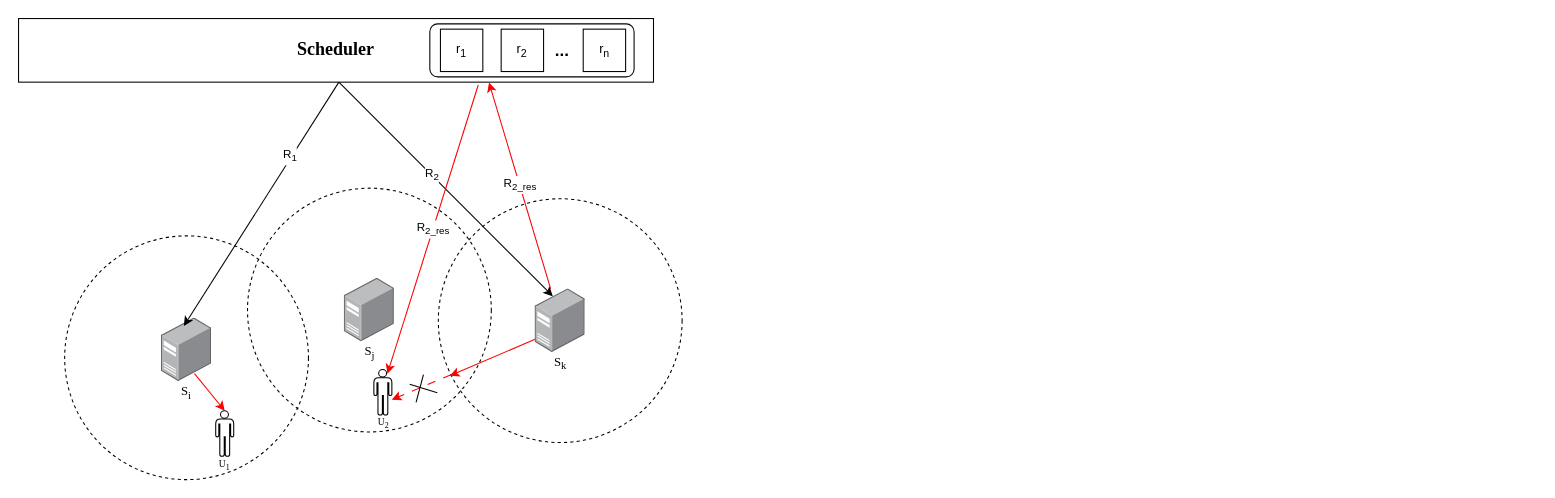
This is transfer_cost.drawio from DCLe-DA/Learning-DL-by-Hand, a draw.io file, before an edit. Source tidied: cells renumbered, new cells numbered last; positions are measured from the earlier drawing's top-left corner, leaving out a move shared by most shapes. Both pictures are drawn from the tidied source at 106%, with x=0, y=0 at pixel (18, 18).
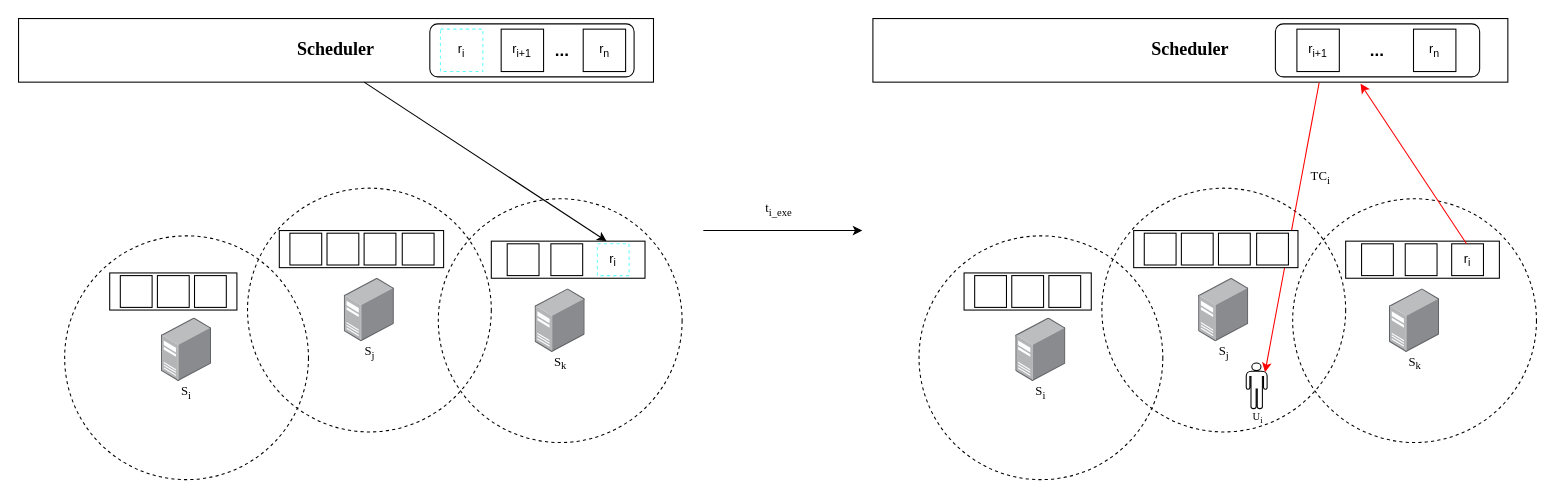
The same diagram, later.

The change refers to these unchanged cells:
```xml
<mxCell id="5" value="&lt;font size=&quot;1&quot; face=&quot;Times New Roman&quot; style=&quot;&quot;&gt;&lt;b style=&quot;font-size: 17px;&quot;&gt;Scheduler&lt;/b&gt;&lt;/font&gt;" style="rounded=0;whiteSpace=wrap;html=1;" parent="1" vertex="1">
  <mxGeometry width="599" height="60" as="geometry" />
</mxCell>
<mxCell id="7" style="image;points=[];html=1;align=center;shadow=0;dashed=0;image=img/lib/allied_telesis/computer_and_terminals/Server_Desktop.svg;" parent="1" vertex="1">
  <mxGeometry x="487.3" y="255" width="47.3" height="60" as="geometry" />
</mxCell>
<mxCell id="8" style="image;points=[];html=1;align=center;shadow=0;dashed=0;image=img/lib/allied_telesis/computer_and_terminals/Server_Desktop.svg;" parent="1" vertex="1">
  <mxGeometry x="134.8" y="282.5" width="47.3" height="60" as="geometry" />
</mxCell>
<mxCell id="9" style="group;" parent="1" vertex="1">
  <mxGeometry x="388" y="5" width="192.7" height="50" as="geometry" />
</mxCell>
```

Change to the diagram source:
```diff
@@
-    <mxCell id="11" value="r&lt;sub&gt;1&lt;/sub&gt;" style="whiteSpace=wrap;html=1;" parent="9" vertex="1">
+    <mxCell id="11" value="r&lt;sub&gt;i&lt;/sub&gt;" style="whiteSpace=wrap;html=1;fillColor=none;strokeColor=#66FFFF;dashed=1;" parent="9" vertex="1">
       <mxGeometry x="10" y="5" width="40" height="40" as="geometry" />
     </mxCell>
-    <mxCell id="12" value="r&lt;sub&gt;2&lt;/sub&gt;" style="whiteSpace=wrap;html=1;" parent="9" vertex="1">
+    <mxCell id="12" value="r&lt;sub&gt;i+1&lt;/sub&gt;" style="whiteSpace=wrap;html=1;" parent="9" vertex="1">
       <mxGeometry x="67.3" y="5" width="40" height="40" as="geometry" />
     </mxCell>
@@
-    <mxCell id="18" style="endArrow=classic;html=1;rounded=0;entryX=0.447;entryY=0.125;entryDx=0;entryDy=0;entryPerimeter=0;" parent="1" edge="1" target="8">
-      <mxGeometry relative="1" as="geometry">
-        <mxPoint x="302.2" y="60" as="sourcePoint" />
-      </mxGeometry>
-    </mxCell>
-    <mxCell id="19" value="R&lt;sub&gt;1&lt;/sub&gt;" style="edgeLabel;html=1;align=center;verticalAlign=middle;" parent="18" vertex="1">
-      <mxGeometry x="-0.38" y="-2" relative="1" as="geometry" />
-    </mxCell>
-    <mxCell id="20" style="shape=mxgraph.signs.people.man_1;html=1;fillColor=none;strokeColor=default;verticalLabelPosition=bottom;verticalAlign=top;align=center;sketch=0;" parent="1" vertex="1">
-      <mxGeometry x="186" y="370" width="17" height="43" as="geometry" />
-    </mxCell>
-    <mxCell id="21" style="endArrow=classic;html=1;rounded=0;entryX=0.5;entryY=0;entryDx=0;entryDy=0;entryPerimeter=0;strokeColor=#fa0000;" parent="1" edge="1" target="20">
-      <mxGeometry relative="1" as="geometry">
-        <mxPoint x="166" y="335" as="sourcePoint" />
-      </mxGeometry>
-    </mxCell>
-    <mxCell id="22" value="&lt;font style=&quot;font-size: 9px;&quot; face=&quot;Times New Roman&quot;&gt;U&lt;sub&gt;1&lt;/sub&gt;&lt;/font&gt;" style="text;strokeColor=none;align=center;fillColor=none;html=1;verticalAlign=middle;whiteSpace=wrap;rounded=0;" parent="1" vertex="1">
-      <mxGeometry x="173.2" y="410" width="42.5" height="20" as="geometry" />
-    </mxCell>
-    <mxCell id="23" style="shape=mxgraph.signs.people.man_1;html=1;fillColor=none;strokeColor=default;verticalLabelPosition=bottom;verticalAlign=top;align=center;sketch=0;" parent="1" vertex="1">
-      <mxGeometry x="335.2" y="331" width="17" height="43" as="geometry" />
-    </mxCell>
-    <mxCell id="24" value="&lt;font style=&quot;font-size: 9px;&quot; face=&quot;Times New Roman&quot;&gt;U&lt;sub&gt;2&lt;/sub&gt;&lt;/font&gt;" style="text;strokeColor=none;align=center;fillColor=none;html=1;verticalAlign=middle;whiteSpace=wrap;rounded=0;" parent="1" vertex="1">
-      <mxGeometry x="322.5" y="370" width="42.5" height="20" as="geometry" />
-    </mxCell>
-    <mxCell id="25" style="endArrow=classic;html=1;rounded=0;" parent="1" edge="1">
-      <mxGeometry relative="1" as="geometry">
-        <mxPoint x="302.2" y="60" as="sourcePoint" />
-        <mxPoint x="504" y="262" as="targetPoint" />
-      </mxGeometry>
-    </mxCell>
-    <mxCell id="26" value="R&lt;sub&gt;2&lt;/sub&gt;" style="edgeLabel;html=1;align=center;verticalAlign=middle;" parent="25" vertex="1">
-      <mxGeometry x="-0.13" relative="1" as="geometry" />
-    </mxCell>
-    <mxCell id="27" style="endArrow=classic;html=1;rounded=0;strokeColor=#fa0000;" parent="1" edge="1">
-      <mxGeometry relative="1" as="geometry">
-        <mxPoint x="487.3" y="302.5" as="sourcePoint" />
-        <mxPoint x="407" y="337" as="targetPoint" />
-      </mxGeometry>
-    </mxCell>
-    <mxCell id="28" style="endArrow=classic;html=1;rounded=0;strokeColor=#fa0000;dashed=1;dashPattern=8 8;" parent="1" edge="1">
-      <mxGeometry relative="1" as="geometry">
-        <mxPoint x="408" y="336" as="sourcePoint" />
-        <mxPoint x="352.2" y="359.5" as="targetPoint" />
-      </mxGeometry>
-    </mxCell>
-    <mxCell id="29" style="endArrow=none;html=1;rounded=0;" parent="1" edge="1">
-      <mxGeometry relative="1" as="geometry">
-        <mxPoint x="375" y="362" as="sourcePoint" />
-        <mxPoint x="382" y="336" as="targetPoint" />
-      </mxGeometry>
-    </mxCell>
-    <mxCell id="30" style="endArrow=none;html=1;rounded=0;" parent="1" edge="1">
-      <mxGeometry relative="1" as="geometry">
-        <mxPoint x="369" y="345" as="sourcePoint" />
-        <mxPoint x="395" y="353" as="targetPoint" />
-      </mxGeometry>
-    </mxCell>
-    <mxCell id="31" value="R&lt;sub&gt;2_res&lt;/sub&gt;" style="endArrow=classic;html=1;rounded=0;strokeColor=#fa0000;entryX=0.741;entryY=1.007;entryDx=0;entryDy=0;entryPerimeter=0;" parent="1" edge="1" source="7" target="5">
-      <mxGeometry relative="1" as="geometry" />
-    </mxCell>
-    <mxCell id="32" value="R&lt;sub&gt;2_res&lt;/sub&gt;" style="endArrow=classic;html=1;rounded=0;strokeColor=#fa0000;exitX=0.724;exitY=1.045;exitDx=0;exitDy=0;exitPerimeter=0;" parent="1" edge="1" source="5">
-      <mxGeometry relative="1" as="geometry">
-        <mxPoint x="348" y="335" as="targetPoint" />
-      </mxGeometry>
-    </mxCell>
+    <mxCell id="33" style="rounded=0;whiteSpace=wrap;html=1;" parent="1" vertex="1">
+      <mxGeometry x="86" y="240" width="120" height="35" as="geometry" />
+    </mxCell>
+    <mxCell id="34" style="whiteSpace=wrap;html=1;" parent="1" vertex="1">
+      <mxGeometry x="96" y="242.5" width="30" height="30" as="geometry" />
+    </mxCell>
+    <mxCell id="35" style="whiteSpace=wrap;html=1;" parent="1" vertex="1">
+      <mxGeometry x="131" y="242.5" width="30" height="30" as="geometry" />
+    </mxCell>
+    <mxCell id="36" style="whiteSpace=wrap;html=1;" parent="1" vertex="1">
+      <mxGeometry x="166" y="242.5" width="30" height="30" as="geometry" />
+    </mxCell>
+    <mxCell id="37" style="rounded=0;whiteSpace=wrap;html=1;" parent="1" vertex="1">
+      <mxGeometry x="246" y="200" width="155" height="35" as="geometry" />
+    </mxCell>
+    <mxCell id="38" style="whiteSpace=wrap;html=1;" parent="1" vertex="1">
+      <mxGeometry x="256" y="202.5" width="30" height="30" as="geometry" />
+    </mxCell>
+    <mxCell id="39" style="whiteSpace=wrap;html=1;" parent="1" vertex="1">
+      <mxGeometry x="291" y="202.5" width="30" height="30" as="geometry" />
+    </mxCell>
+    <mxCell id="40" style="whiteSpace=wrap;html=1;" parent="1" vertex="1">
+      <mxGeometry x="326" y="202.5" width="30" height="30" as="geometry" />
+    </mxCell>
+    <mxCell id="41" style="whiteSpace=wrap;html=1;" parent="1" vertex="1">
+      <mxGeometry x="362" y="202.5" width="30" height="30" as="geometry" />
+    </mxCell>
+    <mxCell id="42" style="rounded=0;whiteSpace=wrap;html=1;" parent="1" vertex="1">
+      <mxGeometry x="446" y="210" width="145" height="35" as="geometry" />
+    </mxCell>
+    <mxCell id="43" style="whiteSpace=wrap;html=1;" parent="1" vertex="1">
+      <mxGeometry x="461" y="212.5" width="30" height="30" as="geometry" />
+    </mxCell>
+    <mxCell id="44" style="whiteSpace=wrap;html=1;" parent="1" vertex="1">
+      <mxGeometry x="502.2" y="212.5" width="30" height="30" as="geometry" />
+    </mxCell>
+    <mxCell id="45" style="endArrow=classic;html=1;rounded=0;entryX=0.75;entryY=0;entryDx=0;entryDy=0;" parent="1" edge="1" target="42">
+      <mxGeometry relative="1" as="geometry">
+        <mxPoint x="326" y="60" as="sourcePoint" />
+      </mxGeometry>
+    </mxCell>
+    <mxCell id="46" value="r&lt;sub&gt;i&lt;/sub&gt;" style="whiteSpace=wrap;html=1;fillColor=none;strokeColor=#66FFFF;dashed=1;" parent="1" vertex="1">
+      <mxGeometry x="546" y="212.5" width="30" height="30" as="geometry" />
+    </mxCell>
+    <mxCell id="47" style="ellipse;whiteSpace=wrap;html=1;dashed=1;fillColor=none;" parent="1" vertex="1">
+      <mxGeometry x="1202" y="170" width="230" height="230" as="geometry" />
+    </mxCell>
+    <mxCell id="48" style="ellipse;whiteSpace=wrap;html=1;dashed=1;fillColor=none;" parent="1" vertex="1">
+      <mxGeometry x="1022" y="160" width="230" height="230" as="geometry" />
+    </mxCell>
+    <mxCell id="49" style="ellipse;whiteSpace=wrap;html=1;dashed=1;fillColor=none;" parent="1" vertex="1">
+      <mxGeometry x="849.5" y="205" width="230" height="230" as="geometry" />
+    </mxCell>
+    <mxCell id="50" value="&lt;font size=&quot;1&quot; face=&quot;Times New Roman&quot; style=&quot;&quot;&gt;&lt;b style=&quot;font-size: 17px;&quot;&gt;Scheduler&lt;/b&gt;&lt;/font&gt;" style="rounded=0;whiteSpace=wrap;html=1;" parent="1" vertex="1">
+      <mxGeometry x="806" width="599" height="60" as="geometry" />
+    </mxCell>
+    <mxCell id="51" style="image;html=1;align=center;shadow=0;dashed=0;image=img/lib/allied_telesis/computer_and_terminals/Server_Desktop.svg;" parent="1" vertex="1">
+      <mxGeometry x="1113.3" y="245" width="47.3" height="60" as="geometry" />
+    </mxCell>
+    <mxCell id="52" style="image;html=1;align=center;shadow=0;dashed=0;image=img/lib/allied_telesis/computer_and_terminals/Server_Desktop.svg;" parent="1" vertex="1">
+      <mxGeometry x="1293.3" y="255" width="47.3" height="60" as="geometry" />
+    </mxCell>
+    <mxCell id="53" style="image;html=1;align=center;shadow=0;dashed=0;image=img/lib/allied_telesis/computer_and_terminals/Server_Desktop.svg;" parent="1" vertex="1">
+      <mxGeometry x="940.8" y="282.5" width="47.3" height="60" as="geometry" />
+    </mxCell>
+    <mxCell id="54" style="group;" parent="1" vertex="1">
+      <mxGeometry x="1185.7" y="5" width="192.7" height="50" as="geometry" />
+    </mxCell>
+    <mxCell id="55" style="rounded=1;whiteSpace=wrap;html=1;" parent="54" vertex="1">
+      <mxGeometry width="192.7" height="50" as="geometry" />
+    </mxCell>
+    <mxCell id="56" value="r&lt;sub&gt;i+1&lt;/sub&gt;" style="whiteSpace=wrap;html=1;" parent="54" vertex="1">
+      <mxGeometry x="20.3" y="5" width="40" height="40" as="geometry" />
+    </mxCell>
+    <mxCell id="57" value="r&lt;sub&gt;n&lt;/sub&gt;" style="whiteSpace=wrap;html=1;" parent="54" vertex="1">
+      <mxGeometry x="130.3" y="5" width="40" height="40" as="geometry" />
+    </mxCell>
+    <mxCell id="58" value="&lt;b&gt;&lt;font style=&quot;font-size: 16px;&quot;&gt;...&lt;/font&gt;&lt;/b&gt;" style="text;strokeColor=none;align=center;fillColor=none;html=1;verticalAlign=middle;whiteSpace=wrap;rounded=0;" parent="54" vertex="1">
+      <mxGeometry x="76.3" y="18.8" width="40" height="12.5" as="geometry" />
+    </mxCell>
+    <mxCell id="59" style="endArrow=classic;html=1;rounded=0;strokeColor=#FF0000;entryX=0.9;entryY=0.2;entryDx=0;entryDy=0;entryPerimeter=0;" parent="54" edge="1" target="78">
+      <mxGeometry relative="1" as="geometry">
+        <mxPoint x="41.3" y="55.5" as="sourcePoint" />
+      </mxGeometry>
+    </mxCell>
+    <mxCell id="60" value="&lt;font face=&quot;Times New Roman&quot;&gt;S&lt;sub&gt;i&lt;/sub&gt;&lt;/font&gt;" style="text;strokeColor=none;align=center;fillColor=none;html=1;verticalAlign=middle;whiteSpace=wrap;rounded=0;" parent="1" vertex="1">
+      <mxGeometry x="943.2" y="342.5" width="42.5" height="20" as="geometry" />
+    </mxCell>
+    <mxCell id="61" value="&lt;font face=&quot;Times New Roman&quot;&gt;S&lt;sub&gt;j&lt;/sub&gt;&lt;/font&gt;" style="text;strokeColor=none;align=center;fillColor=none;html=1;verticalAlign=middle;whiteSpace=wrap;rounded=0;" parent="1" vertex="1">
+      <mxGeometry x="1115.8" y="305" width="42.5" height="20" as="geometry" />
+    </mxCell>
+    <mxCell id="62" value="&lt;font face=&quot;Times New Roman&quot;&gt;S&lt;sub&gt;k&lt;/sub&gt;&lt;/font&gt;" style="text;strokeColor=none;align=center;fillColor=none;html=1;verticalAlign=middle;whiteSpace=wrap;rounded=0;" parent="1" vertex="1">
+      <mxGeometry x="1295.8" y="315" width="42.5" height="20" as="geometry" />
+    </mxCell>
+    <mxCell id="63" style="rounded=0;whiteSpace=wrap;html=1;" parent="1" vertex="1">
+      <mxGeometry x="892" y="240" width="120" height="35" as="geometry" />
+    </mxCell>
+    <mxCell id="64" style="whiteSpace=wrap;html=1;" parent="1" vertex="1">
+      <mxGeometry x="902" y="242.5" width="30" height="30" as="geometry" />
+    </mxCell>
+    <mxCell id="65" style="whiteSpace=wrap;html=1;" parent="1" vertex="1">
+      <mxGeometry x="937" y="242.5" width="30" height="30" as="geometry" />
+    </mxCell>
+    <mxCell id="66" style="whiteSpace=wrap;html=1;" parent="1" vertex="1">
+      <mxGeometry x="972" y="242.5" width="30" height="30" as="geometry" />
+    </mxCell>
+    <mxCell id="67" style="rounded=0;whiteSpace=wrap;html=1;" parent="1" vertex="1">
+      <mxGeometry x="1052" y="200" width="155" height="35" as="geometry" />
+    </mxCell>
+    <mxCell id="68" style="whiteSpace=wrap;html=1;" parent="1" vertex="1">
+      <mxGeometry x="1062" y="202.5" width="30" height="30" as="geometry" />
+    </mxCell>
+    <mxCell id="69" style="whiteSpace=wrap;html=1;" parent="1" vertex="1">
+      <mxGeometry x="1097" y="202.5" width="30" height="30" as="geometry" />
+    </mxCell>
+    <mxCell id="70" style="whiteSpace=wrap;html=1;" parent="1" vertex="1">
+      <mxGeometry x="1132" y="202.5" width="30" height="30" as="geometry" />
+    </mxCell>
+    <mxCell id="71" style="whiteSpace=wrap;html=1;" parent="1" vertex="1">
+      <mxGeometry x="1168" y="202.5" width="30" height="30" as="geometry" />
+    </mxCell>
+    <mxCell id="72" style="rounded=0;whiteSpace=wrap;html=1;" parent="1" vertex="1">
+      <mxGeometry x="1252" y="210" width="145" height="35" as="geometry" />
+    </mxCell>
+    <mxCell id="73" style="whiteSpace=wrap;html=1;" parent="1" vertex="1">
+      <mxGeometry x="1267" y="212.5" width="30" height="30" as="geometry" />
+    </mxCell>
+    <mxCell id="74" style="whiteSpace=wrap;html=1;" parent="1" vertex="1">
+      <mxGeometry x="1308.2" y="212.5" width="30" height="30" as="geometry" />
+    </mxCell>
+    <mxCell id="75" value="r&lt;sub&gt;i&lt;/sub&gt;" style="whiteSpace=wrap;html=1;fillColor=none;strokeColor=default;" parent="1" vertex="1">
+      <mxGeometry x="1352" y="212.5" width="30" height="30" as="geometry" />
+    </mxCell>
+    <mxCell id="76" style="endArrow=classic;html=1;rounded=0;" parent="1" edge="1">
+      <mxGeometry relative="1" as="geometry">
+        <mxPoint x="646" y="200" as="sourcePoint" />
+        <mxPoint x="796" y="200" as="targetPoint" />
+      </mxGeometry>
+    </mxCell>
+    <mxCell id="77" value="&lt;font face=&quot;Times New Roman&quot;&gt;t&lt;sub&gt;i_exe&lt;/sub&gt;&lt;/font&gt;" style="text;strokeColor=none;align=center;fillColor=none;html=1;verticalAlign=middle;whiteSpace=wrap;rounded=0;" parent="1" vertex="1">
+      <mxGeometry x="696" y="170" width="42.5" height="20" as="geometry" />
+    </mxCell>
+    <mxCell id="78" style="shape=mxgraph.signs.people.man_1;html=1;fillColor=none;strokeColor=default;verticalLabelPosition=bottom;verticalAlign=top;align=center;sketch=0;" parent="1" vertex="1">
+      <mxGeometry x="1158.2" y="325" width="19.7" height="43" as="geometry" />
+    </mxCell>
+    <mxCell id="79" value="&lt;font style=&quot;font-size: 10px;&quot; face=&quot;Times New Roman&quot;&gt;U&lt;sub&gt;i&lt;/sub&gt;&lt;/font&gt;" style="text;strokeColor=none;align=center;fillColor=none;html=1;verticalAlign=middle;whiteSpace=wrap;rounded=0;" parent="1" vertex="1">
+      <mxGeometry x="1148" y="366" width="42.5" height="20" as="geometry" />
+    </mxCell>
+    <mxCell id="80" style="endArrow=classic;html=1;rounded=0;entryX=0.768;entryY=1.026;entryDx=0;entryDy=0;entryPerimeter=0;strokeColor=#FF0000;" parent="1" edge="1" target="50">
+      <mxGeometry relative="1" as="geometry">
+        <mxPoint x="1366" y="212.5" as="sourcePoint" />
+      </mxGeometry>
+    </mxCell>
+    <mxCell id="81" value="&lt;font face=&quot;Times New Roman&quot;&gt;TC&lt;sub&gt;i&lt;/sub&gt;&lt;/font&gt;" style="text;strokeColor=none;align=center;fillColor=none;html=1;verticalAlign=middle;whiteSpace=wrap;rounded=0;" parent="1" vertex="1">
+      <mxGeometry x="1207" y="140" width="42.5" height="20" as="geometry" />
+    </mxCell>
```
